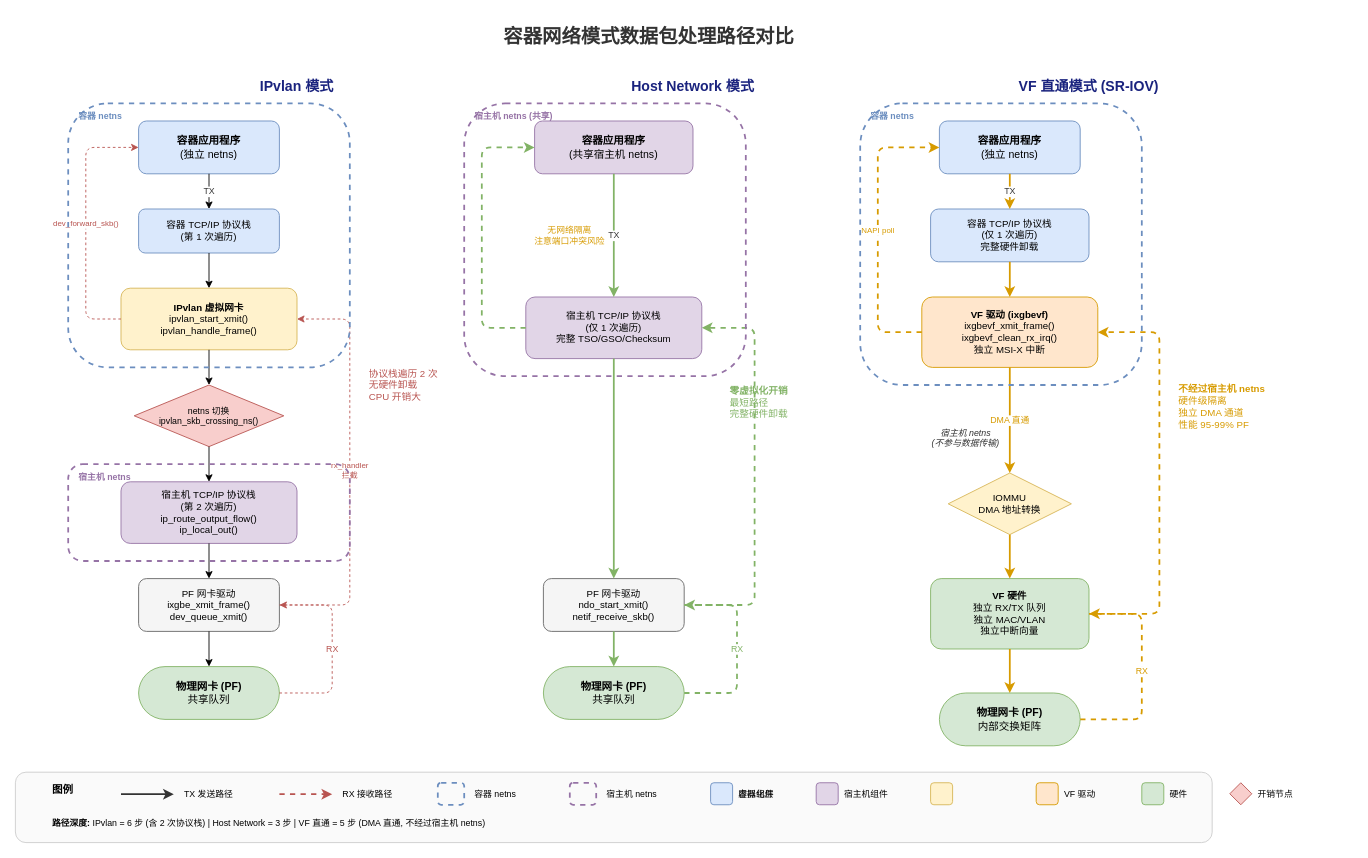
The draw.io diagram diagrams/network_modes_comparison.drawio in fsqHub/docker-sriov-plugin, before the edit. Source tidied: cells renumbered, new cells numbered last; positions are measured from the earlier drawing's top-left corner, leaving out a move shared by most shapes. Both pictures are drawn from the tidied source at 88%, with x=0, y=0 at pixel (15, 15).
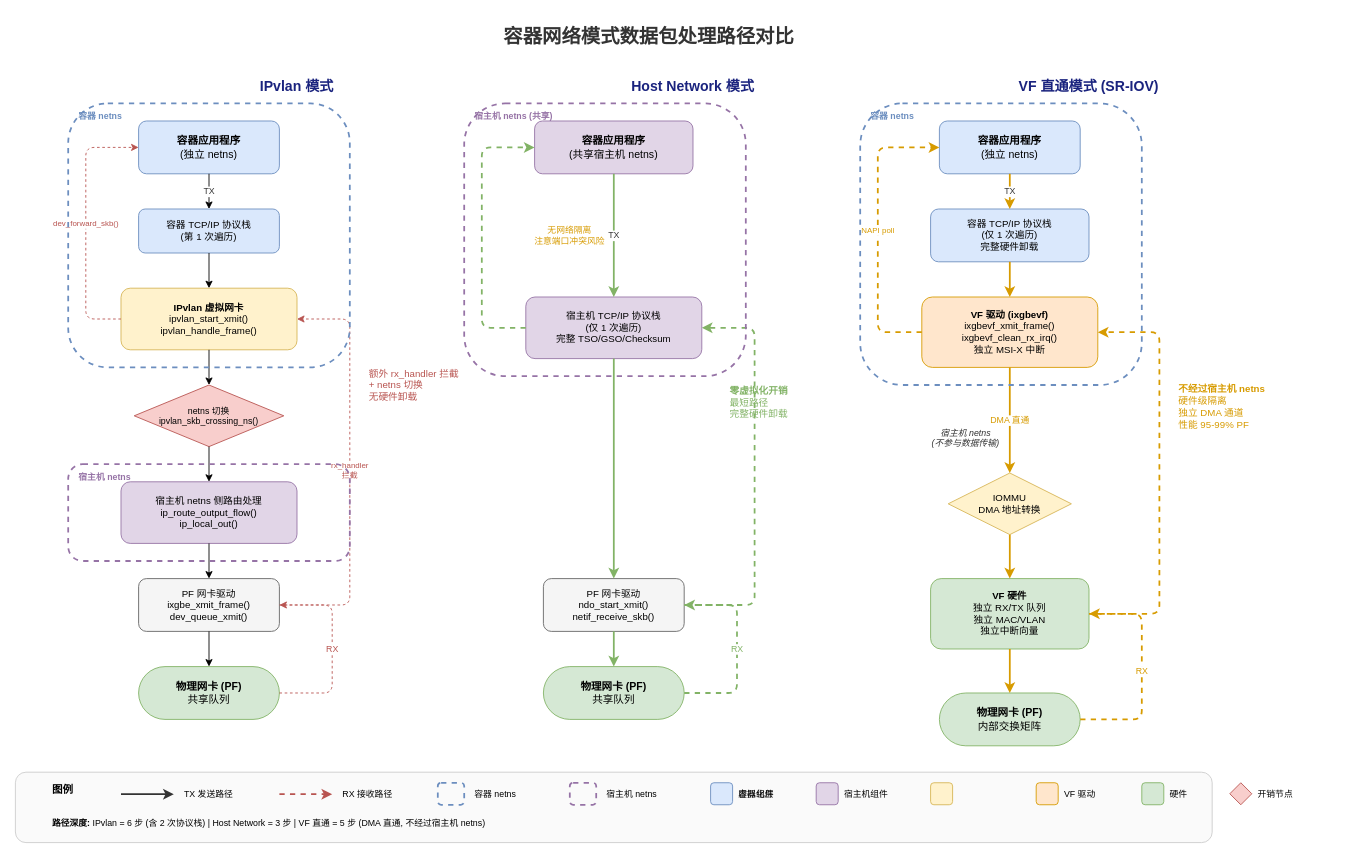
After the change.

Diff of the diagram source:
```diff
@@
-    <mxCell id="8" value="宿主机 TCP/IP 协议栈&#10;(第 2 次遍历)&#10;ip_route_output_flow()&#10;ip_local_out()" style="rounded=1;whiteSpace=wrap;html=1;fillColor=#e1d5e7;strokeColor=#9673a6;fontSize=11;" parent="1" vertex="1">
+    <mxCell id="8" value="宿主机 netns 侧路由处理&#10;ip_route_output_flow()&#10;ip_local_out()" style="rounded=1;whiteSpace=wrap;html=1;fillColor=#e1d5e7;strokeColor=#9673a6;fontSize=11;" parent="1" vertex="1">
       <mxGeometry x="120" y="530" width="200" height="70" as="geometry" />
     </mxCell>
@@
-    <mxCell id="20" value="&lt;font color=&quot;#b85450&quot;&gt;协议栈遍历 2 次&lt;br&gt;无硬件卸载&lt;br&gt;CPU 开销大&lt;/font&gt;" style="text;html=1;align=left;verticalAlign=middle;whiteSpace=wrap;fontSize=11;" parent="1" vertex="1">
+    <mxCell id="20" value="&lt;font color=&quot;#b85450&quot;&gt;额外 rx_handler 拦截&lt;br&gt;+ netns 切换&lt;br&gt;无硬件卸载&lt;/font&gt;" style="text;html=1;align=left;verticalAlign=middle;whiteSpace=wrap;fontSize=11;" parent="1" vertex="1">
       <mxGeometry x="400" y="390" width="120" height="60" as="geometry" />
     </mxCell>
```
